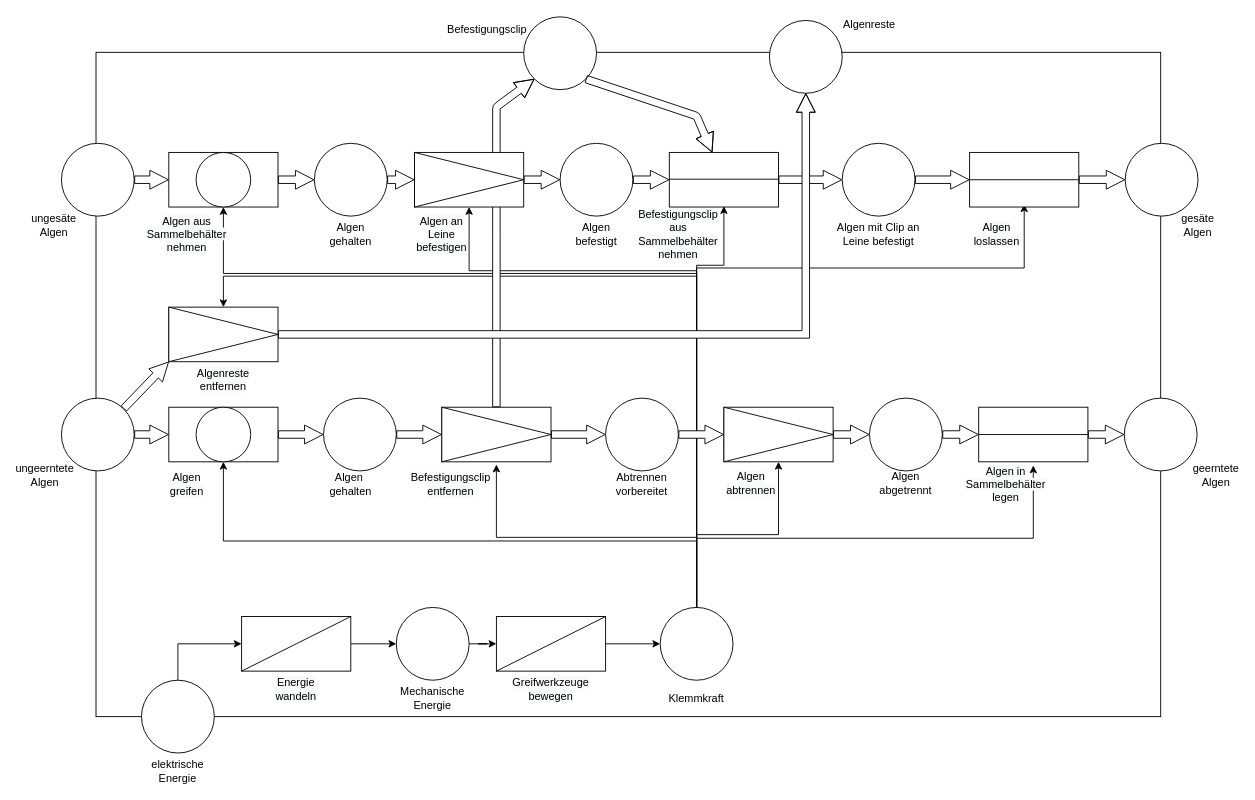
plastikpamaro/MKon keeps this draw.io diagram as Meilenstein 2/Dokumente/Funktionsplan/Flussorientierte Funktionsstruktur.drawio. Above is the earlier version. Source tidied: cells renumbered, new cells numbered last; positions are measured from the earlier drawing's top-left corner, leaving out a move shared by most shapes. Both pictures are drawn from the tidied source at 91%, with x=0, y=0 at pixel (26, 15).
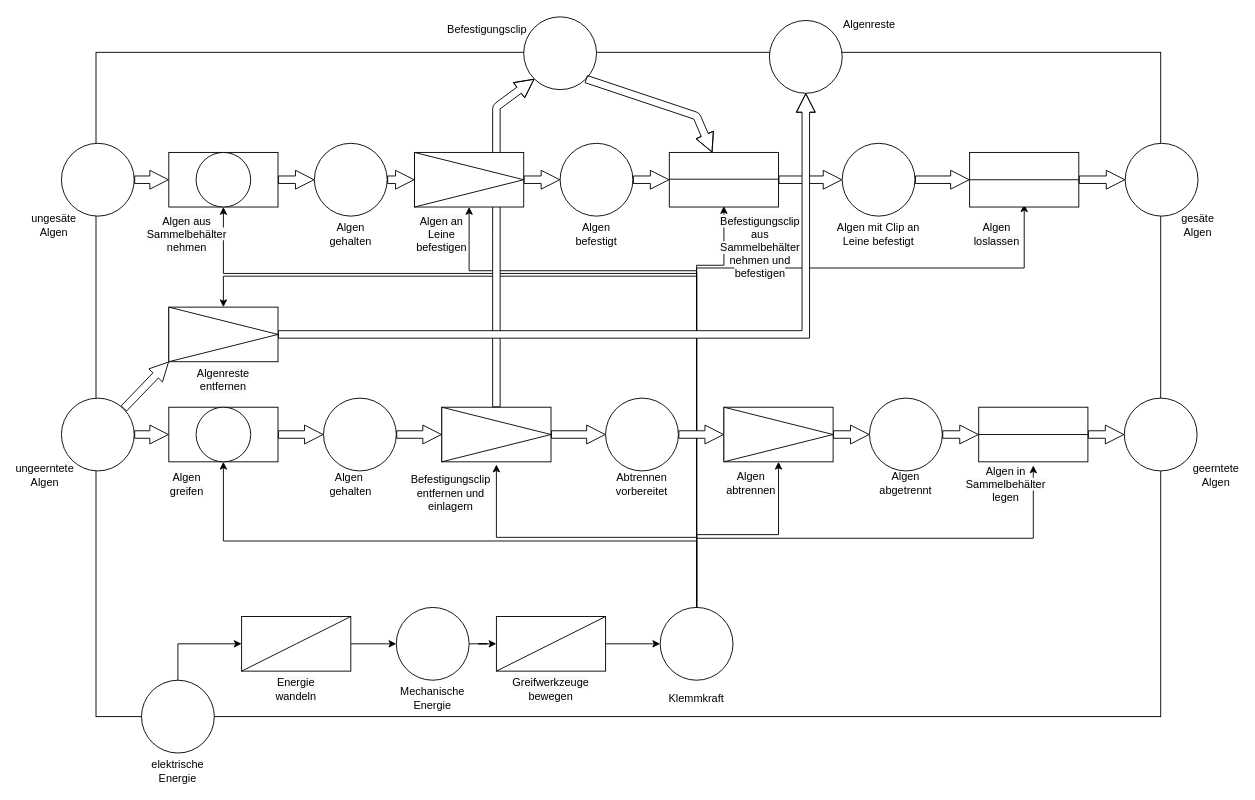
The same diagram, later.

Commit message (it also covers changes not shown here):
diagramme upgedated

Diff of the diagram source:
```diff
@@
-    <mxCell id="84" value="&#10;&#10;&lt;span style=&quot;color: rgb(0, 0, 0); font-family: helvetica; font-size: 12px; font-style: normal; font-weight: 400; letter-spacing: normal; text-align: center; text-indent: 0px; text-transform: none; word-spacing: 0px; background-color: rgb(248, 249, 250); display: inline; float: none;&quot;&gt;Befestigungsclip entfernen&lt;/span&gt;&#10;&#10;" style="text;html=1;strokeColor=none;fillColor=none;align=center;verticalAlign=middle;whiteSpace=wrap;rounded=0;" parent="3" vertex="1">
-      <mxGeometry x="446" y="505" width="40" height="20" as="geometry" />
+    <mxCell id="84" value="&lt;br&gt;&lt;br&gt;&lt;span style=&quot;color: rgb(0 , 0 , 0) ; font-family: &amp;#34;helvetica&amp;#34; ; font-size: 12px ; font-style: normal ; font-weight: 400 ; letter-spacing: normal ; text-align: center ; text-indent: 0px ; text-transform: none ; word-spacing: 0px ; background-color: rgb(248 , 249 , 250) ; display: inline ; float: none&quot;&gt;Befestigungsclip entfernen und einlagern&lt;/span&gt;&lt;br&gt;" style="text;html=1;strokeColor=none;fillColor=none;align=center;verticalAlign=middle;whiteSpace=wrap;rounded=0;" parent="3" vertex="1">
+      <mxGeometry x="446" y="500" width="40" height="20" as="geometry" />
     </mxCell>
@@
-    <mxCell id="95" value="&#10;&#10;&lt;span style=&quot;color: rgb(0, 0, 0); font-family: helvetica; font-size: 12px; font-style: normal; font-weight: 400; letter-spacing: normal; text-align: center; text-indent: 0px; text-transform: none; word-spacing: 0px; background-color: rgb(248, 249, 250); display: inline; float: none;&quot;&gt;Befestigungsclip aus Sammelbehälter nehmen&lt;/span&gt;&#10;&#10;" style="text;html=1;strokeColor=none;fillColor=none;align=center;verticalAlign=middle;whiteSpace=wrap;rounded=0;" parent="3" vertex="1">
-      <mxGeometry x="696" y="230" width="40" height="20" as="geometry" />
+    <mxCell id="95" value="&lt;br&gt;&lt;br&gt;&lt;span style=&quot;color: rgb(0 , 0 , 0) ; font-family: &amp;#34;helvetica&amp;#34; ; font-size: 12px ; font-style: normal ; font-weight: 400 ; letter-spacing: normal ; text-align: center ; text-indent: 0px ; text-transform: none ; word-spacing: 0px ; background-color: rgb(248 , 249 , 250) ; display: inline ; float: none&quot;&gt;Befestigungsclip aus Sammelbehälter nehmen und befestigen&lt;/span&gt;" style="text;html=1;strokeColor=none;fillColor=none;align=center;verticalAlign=middle;whiteSpace=wrap;rounded=0;" parent="3" vertex="1">
+      <mxGeometry x="786" y="230" width="40" height="20" as="geometry" />
     </mxCell>
```
